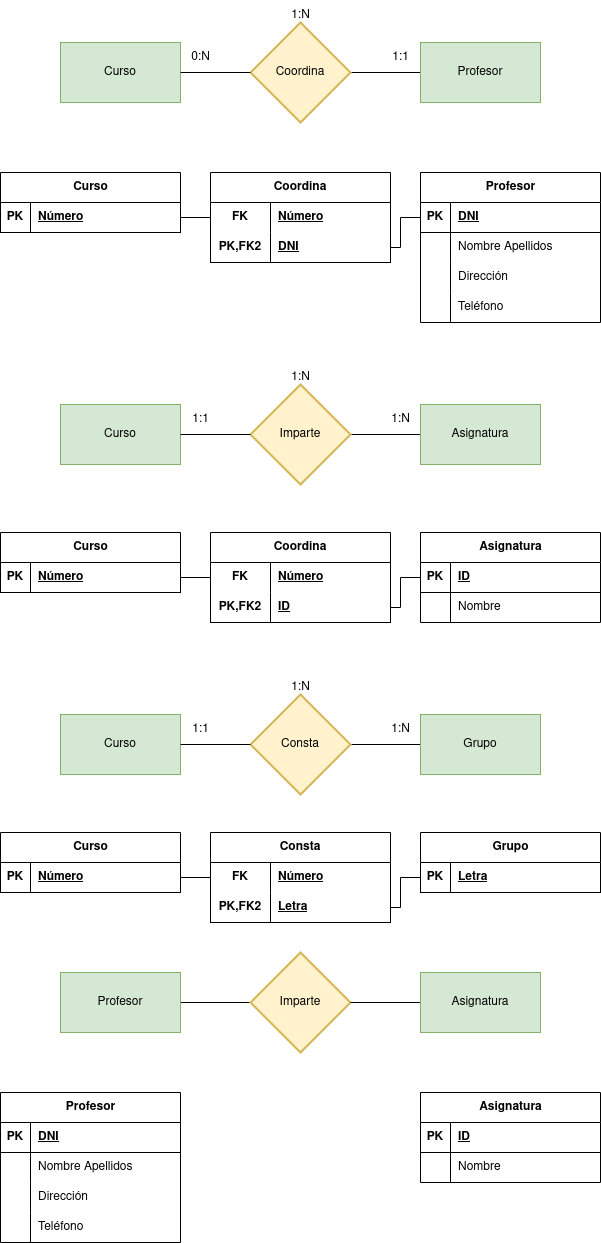
Earlier version of the draw.io export tareas 1/Ejercicio calificable docente (MR-2).drawio.png (GermanOjeda/base-datos). Source tidied: cells renumbered, new cells last; positions are measured from the earlier drawing's top-left corner, leaving out a move shared by most shapes.
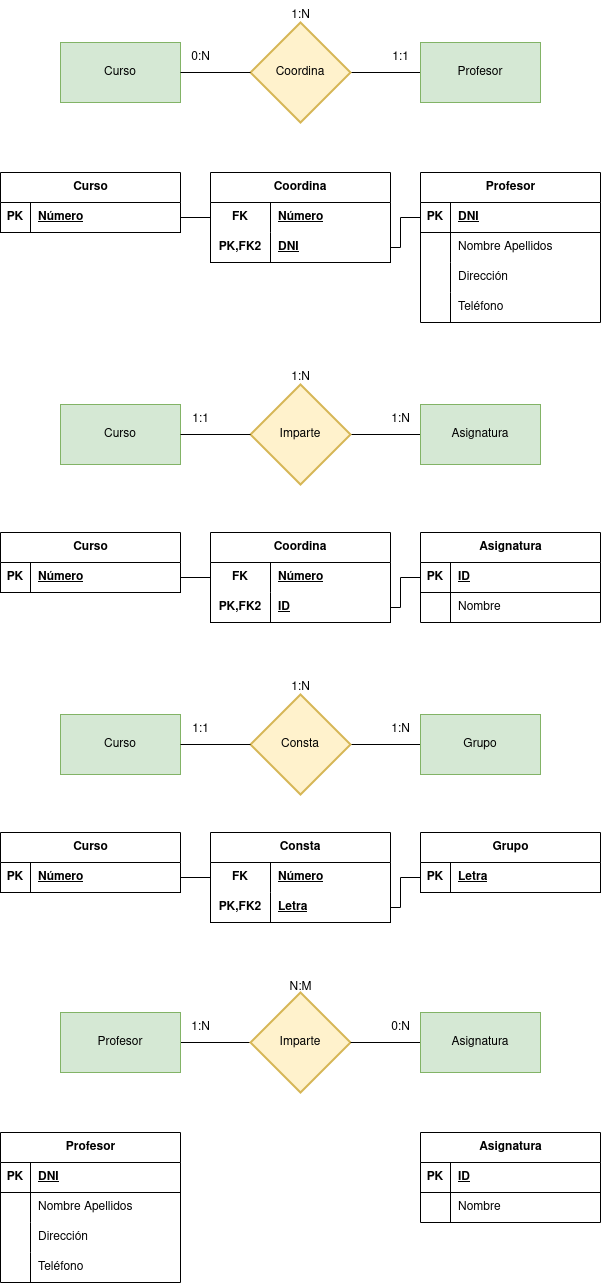
Above is the later version.

The edit, as a diff of the source:
```diff
@@ -269,7 +269,7 @@
       <mxGeometry relative="1" as="geometry" />
     </mxCell>
     <mxCell id="89" value="Profesor" style="shape=table;startSize=30;rowLines=0;fontStyle=1;align=center;html=1;" parent="1" vertex="1">
-      <mxGeometry y="1092" width="180" height="150" as="geometry" />
+      <mxGeometry y="1132" width="180" height="150" as="geometry" />
     </mxCell>
     <mxCell id="90" style="shape=tableRow;horizontal=0;startSize=0;swimlaneHead=0;swimlaneBody=0;fillColor=none;top=0;left=0;right=0;bottom=1;" parent="89" vertex="1">
       <mxGeometry y="30" width="180" height="30" as="geometry" />
@@ -311,19 +311,19 @@
       <mxGeometry relative="1" as="geometry" />
     </mxCell>
     <mxCell id="103" value="Profesor" style="rounded=0;whiteSpace=wrap;html=1;fillColor=#d5e8d4;strokeColor=#82b366;" parent="1" vertex="1">
-      <mxGeometry x="60" y="972" width="120" height="60" as="geometry" />
+      <mxGeometry x="60" y="1012" width="120" height="60" as="geometry" />
     </mxCell>
     <mxCell id="104" value="Imparte" style="strokeWidth=2;html=1;shape=mxgraph.flowchart.decision;whiteSpace=wrap;fillColor=#fff2cc;strokeColor=#d6b656;" parent="1" vertex="1">
-      <mxGeometry x="250" y="952" width="100" height="100" as="geometry" />
+      <mxGeometry x="250" y="992" width="100" height="100" as="geometry" />
     </mxCell>
     <mxCell id="105" style="edgeStyle=orthogonalEdgeStyle;rounded=0;jettySize=auto;html=1;endArrow=none;endFill=0;" parent="1" edge="1" source="106" target="104">
       <mxGeometry relative="1" as="geometry" />
     </mxCell>
     <mxCell id="106" value="Asignatura" style="rounded=0;whiteSpace=wrap;html=1;fillColor=#d5e8d4;strokeColor=#82b366;" parent="1" vertex="1">
-      <mxGeometry x="420" y="972" width="120" height="60" as="geometry" />
+      <mxGeometry x="420" y="1012" width="120" height="60" as="geometry" />
     </mxCell>
     <mxCell id="107" value="Asignatura" style="shape=table;startSize=30;rowLines=0;fontStyle=1;align=center;html=1;" parent="1" vertex="1">
-      <mxGeometry x="420" y="1092" width="180" height="90" as="geometry" />
+      <mxGeometry x="420" y="1132" width="180" height="90" as="geometry" />
     </mxCell>
     <mxCell id="108" style="shape=tableRow;horizontal=0;startSize=0;swimlaneHead=0;swimlaneBody=0;fillColor=none;top=0;left=0;right=0;bottom=1;" parent="107" vertex="1">
       <mxGeometry y="30" width="180" height="30" as="geometry" />
@@ -343,5 +343,14 @@
     <mxCell id="113" value="Nombre" style="shape=partialRectangle;fillColor=none;top=0;left=0;bottom=0;right=0;align=left;spacingLeft=6;overflow=hidden;whiteSpace=wrap;html=1;" parent="111" vertex="1">
       <mxGeometry x="30" width="150" height="30" as="geometry" />
     </mxCell>
+    <mxCell id="114" value="1:N" style="text;html=1;align=center;verticalAlign=middle;strokeColor=none;fillColor=none;" parent="1" vertex="1">
+      <mxGeometry x="180" y="1012" width="40" height="30" as="geometry" />
+    </mxCell>
+    <mxCell id="115" value="0:N" style="text;html=1;align=center;verticalAlign=middle;strokeColor=none;fillColor=none;" parent="1" vertex="1">
+      <mxGeometry x="380" y="1012" width="40" height="30" as="geometry" />
+    </mxCell>
+    <mxCell id="116" value="N:M" style="text;html=1;align=center;verticalAlign=middle;strokeColor=none;fillColor=none;" parent="1" vertex="1">
+      <mxGeometry x="275" y="972" width="50" height="30" as="geometry" />
+    </mxCell>
   </root>
 </mxGraphModel>
```
